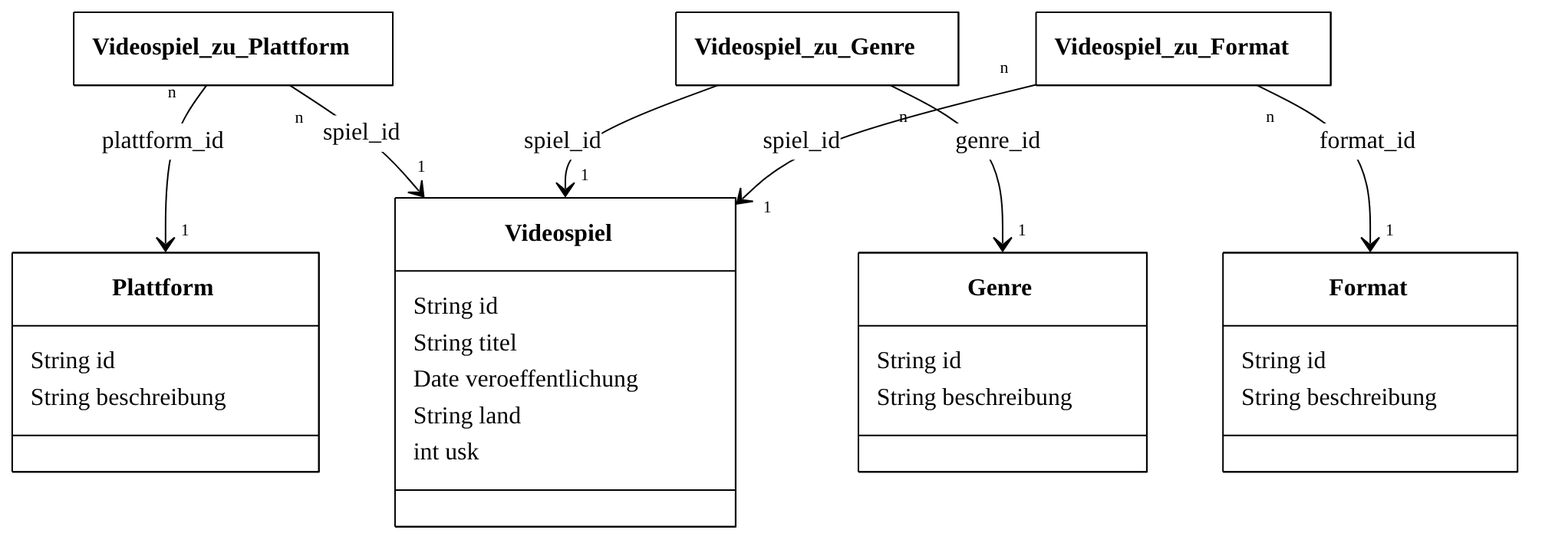
The Mermaid diagram dbiu_databases/videospiele_1n-1n.png in ValentinHerrmann/dbiu_databases, before a commit. Its source is kept beside it as dbiu_databases/videospiele_1n-1n.mmd. Source of this version:
```mermaid
%%{init: {"theme": "base", "themeVariables": {"primaryColor": "#ffffff", "mainBkg": "#ffffff", "primaryBorderColor": "#000000", "nodeBorder": "#000000", "lineColor": "#000000", "primaryTextColor": "#000000", "textColor": "#000000", "edgeLabelBackground": "#ffffff", "fontFamily": "Arial, sans-serif"}, "class": {"hideEmptyMembersBox": true, "useMaxWidth": false}}}%%
classDiagram
  direction TB
  class Format {
    String id
    String beschreibung
  }
  class Genre {
    String id
    String beschreibung
  }
  class Plattform {
    String id
    String beschreibung
  }
  class Videospiel {
    String id
    String titel
    Date veroeffentlichung
    String land
    int usk
  }
  class Videospiel_zu_Plattform
  class Videospiel_zu_Genre
  class Videospiel_zu_Format
  Videospiel_zu_Plattform "n" --> "1" Plattform : plattform_id
  Videospiel_zu_Plattform "n" --> "1" Videospiel : spiel_id
  Videospiel_zu_Genre "n" --> "1" Genre : genre_id
  Videospiel_zu_Genre "n" --> "1" Videospiel : spiel_id
  Videospiel_zu_Format "n" --> "1" Format : format_id
  Videospiel_zu_Format "n" --> "1" Videospiel : spiel_id
```
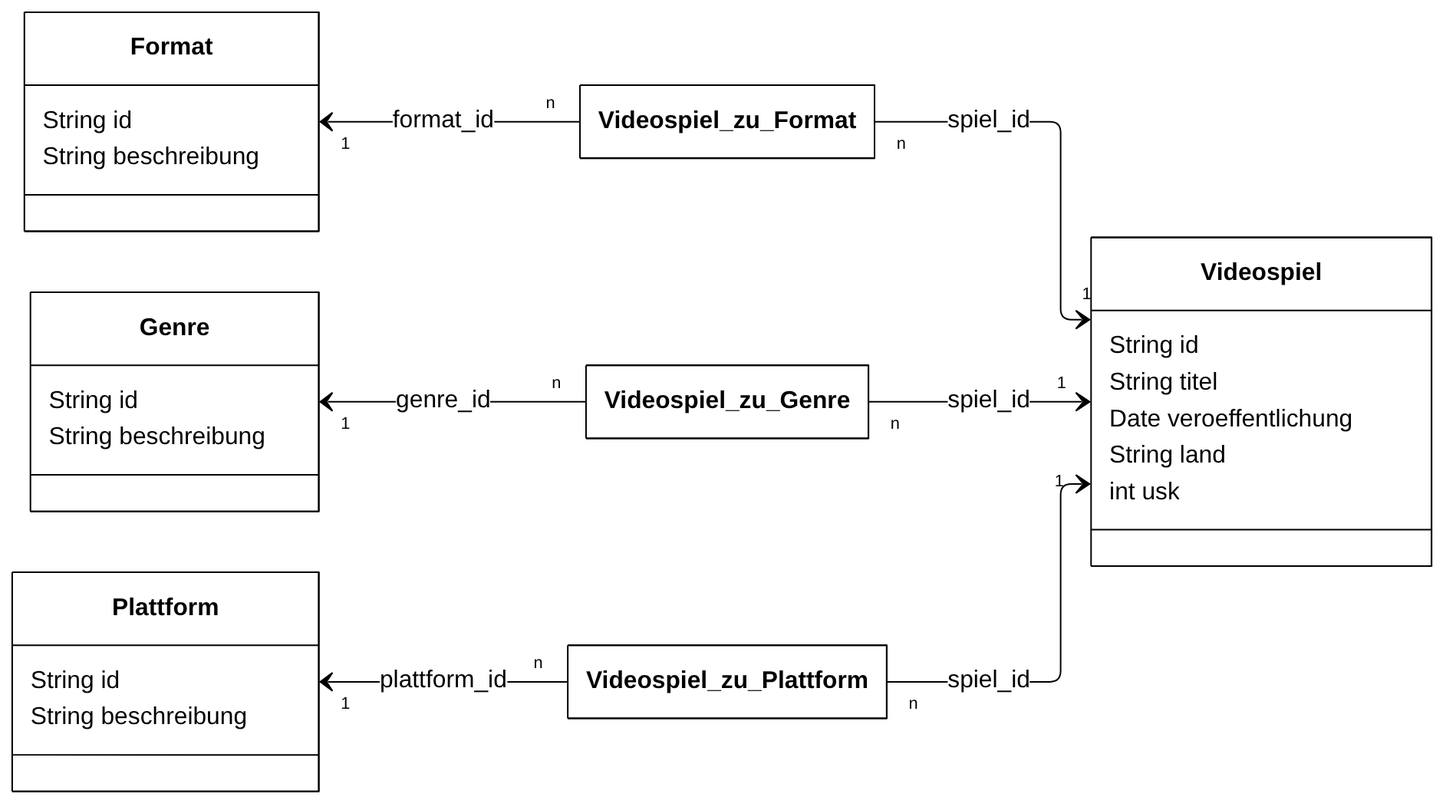
Later version of the same file.

What changed in the source:
```diff
@@ -1,6 +1,6 @@
-%%{init: {"theme": "base", "themeVariables": {"primaryColor": "#ffffff", "mainBkg": "#ffffff", "primaryBorderColor": "#000000", "nodeBorder": "#000000", "lineColor": "#000000", "primaryTextColor": "#000000", "textColor": "#000000", "edgeLabelBackground": "#ffffff", "fontFamily": "Arial, sans-serif"}, "class": {"hideEmptyMembersBox": true, "useMaxWidth": false}}}%%
+%%{init: {"fontFamily": "Liberation Sans, Arial, Helvetica, sans-serif", "theme": "base", "themeVariables": {"primaryColor": "#ffffff", "mainBkg": "#ffffff", "primaryBorderColor": "#000000", "nodeBorder": "#000000", "lineColor": "#000000", "primaryTextColor": "#000000", "textColor": "#000000", "edgeLabelBackground": "#ffffff", "fontFamily": "Liberation Sans, Arial, Helvetica, sans-serif"}, "class": {"hideEmptyMembersBox": true, "useMaxWidth": false}}}%%
 classDiagram
-  direction TB
+  direction LR
   class Format {
     String id
     String beschreibung
@@ -23,9 +23,9 @@
   class Videospiel_zu_Plattform
   class Videospiel_zu_Genre
   class Videospiel_zu_Format
-  Videospiel_zu_Plattform "n" --> "1" Plattform : plattform_id
+  Plattform "1" <-- "n" Videospiel_zu_Plattform : plattform_id
   Videospiel_zu_Plattform "n" --> "1" Videospiel : spiel_id
-  Videospiel_zu_Genre "n" --> "1" Genre : genre_id
+  Genre "1" <-- "n" Videospiel_zu_Genre : genre_id
   Videospiel_zu_Genre "n" --> "1" Videospiel : spiel_id
-  Videospiel_zu_Format "n" --> "1" Format : format_id
+  Format "1" <-- "n" Videospiel_zu_Format : format_id
   Videospiel_zu_Format "n" --> "1" Videospiel : spiel_id
```
